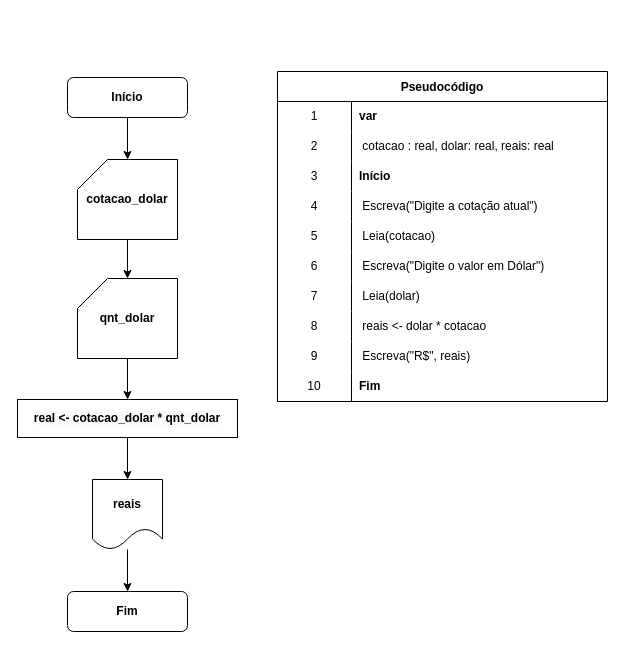
iSamekh/draw.io keeps this draw.io diagram as page "Ex. 1.1" (1 of 4) of Diagrama sem nome.drawio. Above is the earlier version. Source tidied: cells renumbered, new cells numbered last; positions are measured from the earlier drawing's top-left corner, leaving out a move shared by most shapes. Both pictures are drawn from the tidied source at 100%, with x=0, y=0 at pixel (17, 71).
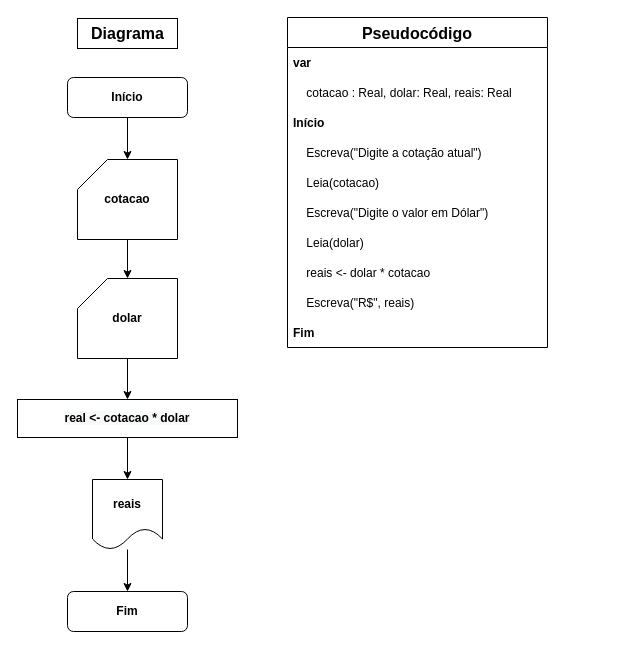
The same page after the edit.

Diff of the diagram source:
```diff
@@
-    <mxCell id="2" value="Pseudocódigo" style="shape=table;startSize=30;childLayout=tableLayout;rowLines=0;fontStyle=1;arcSize=150;fillColor=default;strokeColor=default;backgroundOutline=0;labelBackgroundColor=none;labelBorderColor=none;" parent="1" vertex="1">
-      <mxGeometry x="260" width="330" height="330" as="geometry" />
-    </mxCell>
-    <mxCell id="3" style="shape=tableRow;horizontal=0;startSize=0;swimlaneHead=0;swimlaneBody=0;top=0;left=0;bottom=0;right=0;fillColor=none;" parent="2" vertex="1">
-      <mxGeometry y="30" width="330" height="30" as="geometry" />
-    </mxCell>
-    <mxCell id="4" value="1" style="shape=partialRectangle;html=1;whiteSpace=wrap;fillColor=none;top=0;left=0;bottom=0;right=0;overflow=hidden;" parent="3" vertex="1">
-      <mxGeometry width="74" height="30" as="geometry" />
-    </mxCell>
-    <mxCell id="5" value="&lt;b&gt;var&lt;/b&gt;" style="shape=partialRectangle;html=1;whiteSpace=wrap;fillColor=none;top=0;left=0;bottom=0;right=0;align=left;spacingLeft=6;overflow=hidden;" parent="3" vertex="1">
-      <mxGeometry x="74" width="256" height="30" as="geometry" />
-    </mxCell>
-    <mxCell id="6" style="shape=tableRow;horizontal=0;startSize=0;swimlaneHead=0;swimlaneBody=0;top=0;left=0;bottom=0;right=0;fillColor=none;" parent="2" vertex="1">
-      <mxGeometry y="60" width="330" height="30" as="geometry" />
-    </mxCell>
-    <mxCell id="7" value="2" style="shape=partialRectangle;html=1;whiteSpace=wrap;fillColor=none;top=0;left=0;bottom=0;right=0;overflow=hidden;" parent="6" vertex="1">
-      <mxGeometry width="74" height="30" as="geometry" />
-    </mxCell>
-    <mxCell id="8" value="&lt;span style=&quot;white-space: pre;&quot;&gt; &lt;/span&gt;cotacao : real, dolar: real, reais: real" style="shape=partialRectangle;html=1;whiteSpace=wrap;fillColor=none;top=0;left=0;bottom=0;right=0;align=left;spacingLeft=6;overflow=hidden;" parent="6" vertex="1">
-      <mxGeometry x="74" width="256" height="30" as="geometry" />
-    </mxCell>
-    <mxCell id="9" style="shape=tableRow;horizontal=0;startSize=0;swimlaneHead=0;swimlaneBody=0;top=0;left=0;bottom=0;right=0;fillColor=none;" parent="2" vertex="1">
-      <mxGeometry y="90" width="330" height="30" as="geometry" />
-    </mxCell>
-    <mxCell id="10" value="3" style="shape=partialRectangle;html=1;whiteSpace=wrap;fillColor=none;top=0;left=0;bottom=0;right=0;overflow=hidden;" parent="9" vertex="1">
-      <mxGeometry width="74" height="30" as="geometry" />
-    </mxCell>
-    <mxCell id="11" value="&lt;b&gt;Início&lt;/b&gt;" style="shape=partialRectangle;html=1;whiteSpace=wrap;fillColor=none;top=0;left=0;bottom=0;right=0;align=left;spacingLeft=6;overflow=hidden;" parent="9" vertex="1">
-      <mxGeometry x="74" width="256" height="30" as="geometry" />
-    </mxCell>
-    <mxCell id="12" style="shape=tableRow;horizontal=0;startSize=0;swimlaneHead=0;swimlaneBody=0;top=0;left=0;bottom=0;right=0;fillColor=none;" parent="2" vertex="1">
-      <mxGeometry y="120" width="330" height="30" as="geometry" />
-    </mxCell>
-    <mxCell id="13" value="4" style="shape=partialRectangle;html=1;whiteSpace=wrap;fillColor=none;top=0;left=0;bottom=0;right=0;overflow=hidden;" parent="12" vertex="1">
-      <mxGeometry width="74" height="30" as="geometry" />
-    </mxCell>
-    <mxCell id="14" value="&lt;span style=&quot;white-space: pre;&quot;&gt; &lt;/span&gt;Escreva(&quot;Digite a cotação atual&quot;)" style="shape=partialRectangle;html=1;whiteSpace=wrap;fillColor=none;top=0;left=0;bottom=0;right=0;align=left;spacingLeft=6;overflow=hidden;" parent="12" vertex="1">
-      <mxGeometry x="74" width="256" height="30" as="geometry" />
-    </mxCell>
-    <mxCell id="15" style="shape=tableRow;horizontal=0;startSize=0;swimlaneHead=0;swimlaneBody=0;top=0;left=0;bottom=0;right=0;fillColor=none;" parent="2" vertex="1">
-      <mxGeometry y="150" width="330" height="30" as="geometry" />
-    </mxCell>
-    <mxCell id="16" value="5" style="shape=partialRectangle;html=1;whiteSpace=wrap;fillColor=none;top=0;left=0;bottom=0;right=0;overflow=hidden;" parent="15" vertex="1">
-      <mxGeometry width="74" height="30" as="geometry" />
-    </mxCell>
-    <mxCell id="17" value="&lt;span style=&quot;white-space: pre;&quot;&gt; &lt;/span&gt;Leia(cotacao)" style="shape=partialRectangle;html=1;whiteSpace=wrap;fillColor=none;top=0;left=0;bottom=0;right=0;align=left;spacingLeft=6;overflow=hidden;" parent="15" vertex="1">
-      <mxGeometry x="74" width="256" height="30" as="geometry" />
-    </mxCell>
-    <mxCell id="18" style="shape=tableRow;horizontal=0;startSize=0;swimlaneHead=0;swimlaneBody=0;top=0;left=0;bottom=0;right=0;fillColor=none;" parent="2" vertex="1">
-      <mxGeometry y="180" width="330" height="30" as="geometry" />
-    </mxCell>
-    <mxCell id="19" value="6" style="shape=partialRectangle;html=1;whiteSpace=wrap;fillColor=none;top=0;left=0;bottom=0;right=0;overflow=hidden;" parent="18" vertex="1">
-      <mxGeometry width="74" height="30" as="geometry" />
-    </mxCell>
-    <mxCell id="20" value="&lt;span style=&quot;white-space: pre;&quot;&gt; &lt;/span&gt;Escreva(&quot;Digite o valor em Dólar&quot;)" style="shape=partialRectangle;html=1;whiteSpace=wrap;fillColor=none;top=0;left=0;bottom=0;right=0;align=left;spacingLeft=6;overflow=hidden;" parent="18" vertex="1">
-      <mxGeometry x="74" width="256" height="30" as="geometry" />
-    </mxCell>
-    <mxCell id="21" style="shape=tableRow;horizontal=0;startSize=0;swimlaneHead=0;swimlaneBody=0;top=0;left=0;bottom=0;right=0;fillColor=none;" parent="2" vertex="1">
-      <mxGeometry y="210" width="330" height="30" as="geometry" />
-    </mxCell>
-    <mxCell id="22" value="7" style="shape=partialRectangle;html=1;whiteSpace=wrap;fillColor=none;top=0;left=0;bottom=0;right=0;overflow=hidden;" parent="21" vertex="1">
-      <mxGeometry width="74" height="30" as="geometry" />
-    </mxCell>
-    <mxCell id="23" value="&lt;span style=&quot;white-space: pre;&quot;&gt; &lt;/span&gt;Leia(dolar)" style="shape=partialRectangle;html=1;whiteSpace=wrap;fillColor=none;top=0;left=0;bottom=0;right=0;align=left;spacingLeft=6;overflow=hidden;" parent="21" vertex="1">
-      <mxGeometry x="74" width="256" height="30" as="geometry" />
-    </mxCell>
-    <mxCell id="24" style="shape=tableRow;horizontal=0;startSize=0;swimlaneHead=0;swimlaneBody=0;top=0;left=0;bottom=0;right=0;fillColor=none;" parent="2" vertex="1">
-      <mxGeometry y="240" width="330" height="30" as="geometry" />
-    </mxCell>
-    <mxCell id="25" value="8" style="shape=partialRectangle;html=1;whiteSpace=wrap;fillColor=none;top=0;left=0;bottom=0;right=0;overflow=hidden;" parent="24" vertex="1">
-      <mxGeometry width="74" height="30" as="geometry" />
-    </mxCell>
-    <mxCell id="26" value="&lt;span style=&quot;white-space: pre;&quot;&gt; &lt;/span&gt;reais &amp;lt;- dolar * cotacao" style="shape=partialRectangle;html=1;whiteSpace=wrap;fillColor=none;top=0;left=0;bottom=0;right=0;align=left;spacingLeft=6;overflow=hidden;" parent="24" vertex="1">
-      <mxGeometry x="74" width="256" height="30" as="geometry" />
-    </mxCell>
-    <mxCell id="27" style="shape=tableRow;horizontal=0;startSize=0;swimlaneHead=0;swimlaneBody=0;top=0;left=0;bottom=0;right=0;fillColor=none;" parent="2" vertex="1">
-      <mxGeometry y="270" width="330" height="30" as="geometry" />
-    </mxCell>
-    <mxCell id="28" value="9" style="shape=partialRectangle;html=1;whiteSpace=wrap;fillColor=none;top=0;left=0;bottom=0;right=0;overflow=hidden;" parent="27" vertex="1">
-      <mxGeometry width="74" height="30" as="geometry" />
-    </mxCell>
-    <mxCell id="29" value="&lt;span style=&quot;white-space: pre;&quot;&gt; &lt;/span&gt;Escreva(&quot;R$&quot;, reais)" style="shape=partialRectangle;html=1;whiteSpace=wrap;fillColor=none;top=0;left=0;bottom=0;right=0;align=left;spacingLeft=6;overflow=hidden;" parent="27" vertex="1">
-      <mxGeometry x="74" width="256" height="30" as="geometry" />
-    </mxCell>
-    <mxCell id="30" style="shape=tableRow;horizontal=0;startSize=0;swimlaneHead=0;swimlaneBody=0;top=0;left=0;bottom=0;right=0;fillColor=none;" parent="2" vertex="1">
-      <mxGeometry y="300" width="330" height="30" as="geometry" />
-    </mxCell>
-    <mxCell id="31" value="10" style="shape=partialRectangle;html=1;whiteSpace=wrap;fillColor=none;top=0;left=0;bottom=0;right=0;overflow=hidden;" parent="30" vertex="1">
-      <mxGeometry width="74" height="30" as="geometry" />
-    </mxCell>
-    <mxCell id="32" value="&lt;b&gt;Fim&lt;/b&gt;" style="shape=partialRectangle;html=1;whiteSpace=wrap;fillColor=none;top=0;left=0;bottom=0;right=0;align=left;spacingLeft=6;overflow=hidden;" parent="30" vertex="1">
-      <mxGeometry x="74" width="256" height="30" as="geometry" />
-    </mxCell>
@@
-    <mxCell id="39" value="cotacao_dolar" style="shape=card;whiteSpace=wrap;html=1;fontStyle=1;" parent="1" vertex="1">
+    <mxCell id="39" value="cotacao" style="shape=card;whiteSpace=wrap;html=1;fontStyle=1;" parent="1" vertex="1">
       <mxGeometry x="60" y="88" width="100" height="80" as="geometry" />
     </mxCell>
@@
-    <mxCell id="41" value="qnt_dolar" style="shape=card;whiteSpace=wrap;html=1;fontStyle=1;" parent="1" vertex="1">
+    <mxCell id="41" value="dolar" style="shape=card;whiteSpace=wrap;html=1;fontStyle=1;" parent="1" vertex="1">
       <mxGeometry x="60" y="207" width="100" height="80" as="geometry" />
     </mxCell>
@@
-    <mxCell id="43" value="&lt;span style=&quot;color: rgb(0, 0, 0); font-family: Helvetica; font-size: 12px; font-style: normal; font-variant-ligatures: normal; font-variant-caps: normal; letter-spacing: normal; orphans: 2; text-align: center; text-indent: 0px; text-transform: none; widows: 2; word-spacing: 0px; -webkit-text-stroke-width: 0px; background-color: rgb(248, 249, 250); text-decoration-thickness: initial; text-decoration-style: initial; text-decoration-color: initial; float: none; display: inline !important;&quot;&gt;real &amp;lt;- cotacao_dolar * qnt_dolar&lt;/span&gt;" style="rounded=0;whiteSpace=wrap;html=1;fontStyle=1;verticalAlign=middle;" parent="1" vertex="1">
+    <mxCell id="43" value="&lt;span style=&quot;color: rgb(0, 0, 0); font-family: Helvetica; font-size: 12px; font-style: normal; font-variant-ligatures: normal; font-variant-caps: normal; letter-spacing: normal; orphans: 2; text-align: center; text-indent: 0px; text-transform: none; widows: 2; word-spacing: 0px; -webkit-text-stroke-width: 0px; background-color: rgb(248, 249, 250); text-decoration-thickness: initial; text-decoration-style: initial; text-decoration-color: initial; float: none; display: inline !important;&quot;&gt;real &amp;lt;- cotacao * dolar&lt;/span&gt;" style="rounded=0;whiteSpace=wrap;html=1;fontStyle=1;verticalAlign=middle;" parent="1" vertex="1">
       <mxGeometry y="328" width="220" height="38" as="geometry" />
     </mxCell>
     <mxCell id="44" style="shape=tableRow;horizontal=0;startSize=0;swimlaneHead=0;swimlaneBody=0;top=0;left=0;bottom=0;right=0;fillColor=none;" parent="1" vertex="1">
-      <mxGeometry x="308" y="121" width="180" height="30" as="geometry" />
+      <mxGeometry x="308" y="61" width="180" height="30" as="geometry" />
     </mxCell>
+    <mxCell id="2" value="Pseudocódigo" style="swimlane;fontStyle=1;horizontal=1;startSize=30;rounded=0;shadow=0;labelBackgroundColor=#FFFFFF;labelBorderColor=none;sketch=0;fillStyle=auto;strokeColor=default;strokeWidth=1;fillColor=default;swimlaneLine=1;glass=0;arcSize=20;fontSize=16;" parent="1" vertex="1">
+      <mxGeometry x="270" y="-54" width="260" height="330" as="geometry" />
+    </mxCell>
+    <mxCell id="5" value="var" style="text;strokeColor=none;fillColor=none;align=left;verticalAlign=middle;spacingLeft=4;spacingRight=4;overflow=hidden;rounded=1;shadow=0;labelBackgroundColor=none;labelBorderColor=none;sketch=0;fillStyle=auto;strokeWidth=5;glass=0;fontStyle=1;" parent="2" vertex="1">
+      <mxGeometry y="30" width="260" height="30" as="geometry" />
+    </mxCell>
+    <mxCell id="45" value="    cotacao : Real, dolar: Real, reais: Real" style="text;strokeColor=none;fillColor=none;align=left;verticalAlign=middle;spacingLeft=4;spacingRight=4;overflow=hidden;rounded=1;shadow=0;labelBackgroundColor=none;labelBorderColor=none;sketch=1;fillStyle=auto;strokeWidth=5;" parent="2" vertex="1">
+      <mxGeometry y="60" width="260" height="30" as="geometry" />
+    </mxCell>
+    <mxCell id="11" value="Início" style="text;strokeColor=none;fillColor=none;align=left;verticalAlign=middle;spacingLeft=4;spacingRight=4;overflow=hidden;rounded=1;shadow=0;labelBackgroundColor=none;labelBorderColor=none;sketch=1;fillStyle=auto;strokeWidth=5;fontStyle=1;" parent="2" vertex="1">
+      <mxGeometry y="90" width="260" height="30" as="geometry" />
+    </mxCell>
+    <mxCell id="14" value="     Escreva(&quot;Digite a cotação atual&quot;)" style="text;strokeColor=none;fillColor=none;align=left;verticalAlign=middle;spacingLeft=4;spacingRight=4;overflow=hidden;rounded=1;shadow=0;labelBackgroundColor=none;labelBorderColor=none;sketch=1;fillStyle=auto;strokeWidth=5;fontStyle=0;" parent="2" vertex="1">
+      <mxGeometry y="120" width="260" height="30" as="geometry" />
+    </mxCell>
+    <mxCell id="17" value="     Leia(cotacao)" style="text;strokeColor=none;fillColor=none;align=left;verticalAlign=middle;spacingLeft=4;spacingRight=4;overflow=hidden;rounded=1;shadow=0;labelBackgroundColor=none;labelBorderColor=none;sketch=1;fillStyle=auto;strokeWidth=5;fontStyle=0;" parent="2" vertex="1">
+      <mxGeometry y="150" width="260" height="30" as="geometry" />
+    </mxCell>
+    <mxCell id="20" value="     Escreva(&quot;Digite o valor em Dólar&quot;)" style="text;strokeColor=none;fillColor=none;align=left;verticalAlign=middle;spacingLeft=4;spacingRight=4;overflow=hidden;rounded=1;shadow=0;labelBackgroundColor=none;labelBorderColor=none;sketch=1;fillStyle=auto;strokeWidth=5;fontStyle=0;" parent="2" vertex="1">
+      <mxGeometry y="180" width="260" height="30" as="geometry" />
+    </mxCell>
+    <mxCell id="23" value="     Leia(dolar)" style="text;strokeColor=none;fillColor=none;align=left;verticalAlign=middle;spacingLeft=4;spacingRight=4;overflow=hidden;rounded=1;shadow=0;labelBackgroundColor=none;labelBorderColor=none;sketch=1;fillStyle=auto;strokeWidth=5;fontStyle=0;" parent="2" vertex="1">
+      <mxGeometry y="210" width="260" height="30" as="geometry" />
+    </mxCell>
+    <mxCell id="26" value="     reais &lt;- dolar * cotacao" style="text;strokeColor=none;fillColor=none;align=left;verticalAlign=middle;spacingLeft=4;spacingRight=4;overflow=hidden;rounded=1;shadow=0;labelBackgroundColor=none;labelBorderColor=none;sketch=1;fillStyle=auto;strokeWidth=5;fontStyle=0;" parent="2" vertex="1">
+      <mxGeometry y="240" width="260" height="30" as="geometry" />
+    </mxCell>
+    <mxCell id="29" value="     Escreva(&quot;R$&quot;, reais)" style="text;strokeColor=none;fillColor=none;align=left;verticalAlign=middle;spacingLeft=4;spacingRight=4;overflow=hidden;rounded=1;shadow=0;labelBackgroundColor=none;labelBorderColor=none;sketch=1;fillStyle=auto;strokeWidth=5;fontStyle=0;" parent="2" vertex="1">
+      <mxGeometry y="270" width="260" height="30" as="geometry" />
+    </mxCell>
+    <mxCell id="32" value="Fim" style="text;strokeColor=none;fillColor=none;align=left;verticalAlign=middle;spacingLeft=4;spacingRight=4;overflow=hidden;rounded=1;shadow=0;labelBackgroundColor=none;labelBorderColor=none;sketch=1;fillStyle=auto;strokeWidth=5;fontStyle=1;" parent="2" vertex="1">
+      <mxGeometry y="300" width="260" height="30" as="geometry" />
+    </mxCell>
+    <mxCell id="46" value="&lt;b&gt;&lt;font style=&quot;font-size: 16px;&quot;&gt;Diagrama&lt;/font&gt;&lt;/b&gt;" style="text;html=1;align=center;verticalAlign=middle;fillColor=default;strokeColor=default;rounded=0;shadow=0;glass=0;labelBackgroundColor=#FFFFFF;labelBorderColor=none;sketch=0;fillStyle=auto;strokeWidth=1;" parent="1" vertex="1">
+      <mxGeometry x="60" y="-53" width="100" height="30" as="geometry" />
+    </mxCell>
```
